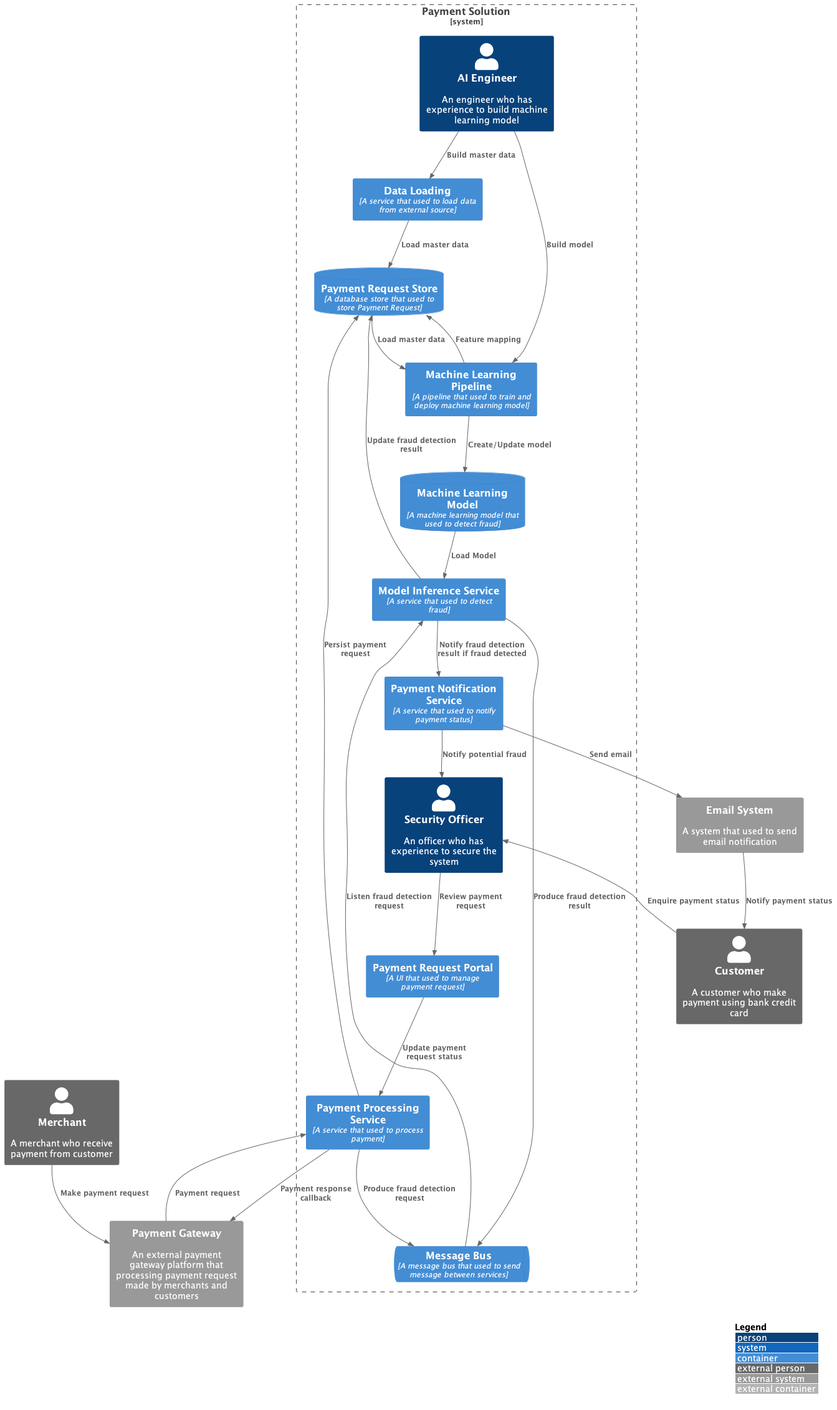
This is images/C4_container_diagram.png from reidlai/cp630-final-project, a PlantUML export, as it was before one commit.
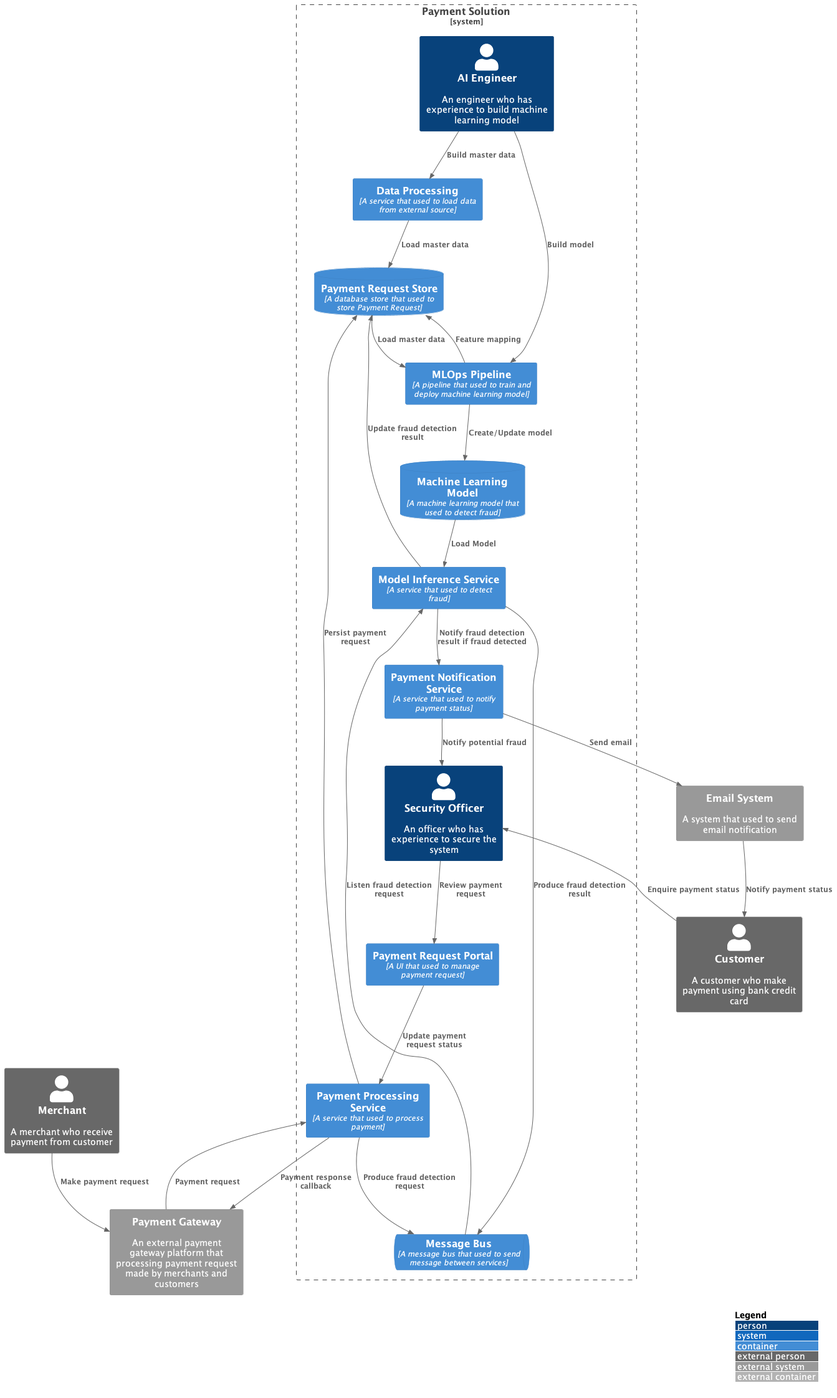
The same file after the commit.

The edit, as a diff of the source:
```diff
@@ -11,8 +11,8 @@
 System_Boundary(paymentsolution, "Payment Solution", "A banking payment solution that process credit card payment request sent by payment gateway") {
     Person(ai_engineer, "AI Engineer", "An engineer who has experience to build machine learning model")
     Person(security_officer, "Security Officer", "An officer who has experience to secure the system")
-    Container(data_loading, "Data Loading", "A service that used to load data from external source")
-    Container(ml_pipeline, "Machine Learning Pipeline", "A pipeline that used to train and deploy machine learning model")
+    Container(data_loading, "Data Processing", "A service that used to load data from external source")
+    Container(ml_pipeline, "MLOps Pipeline", "A pipeline that used to train and deploy machine learning model")
     ContainerDb(ml_model, "Machine Learning Model", "A machine learning model that used to detect fraud")
     ContainerQueue(message_bus, "Message Bus", "A message bus that used to send message between services")
     Container(model_inference_service, "Model Inference Service", "A service that used to detect fraud")
```
